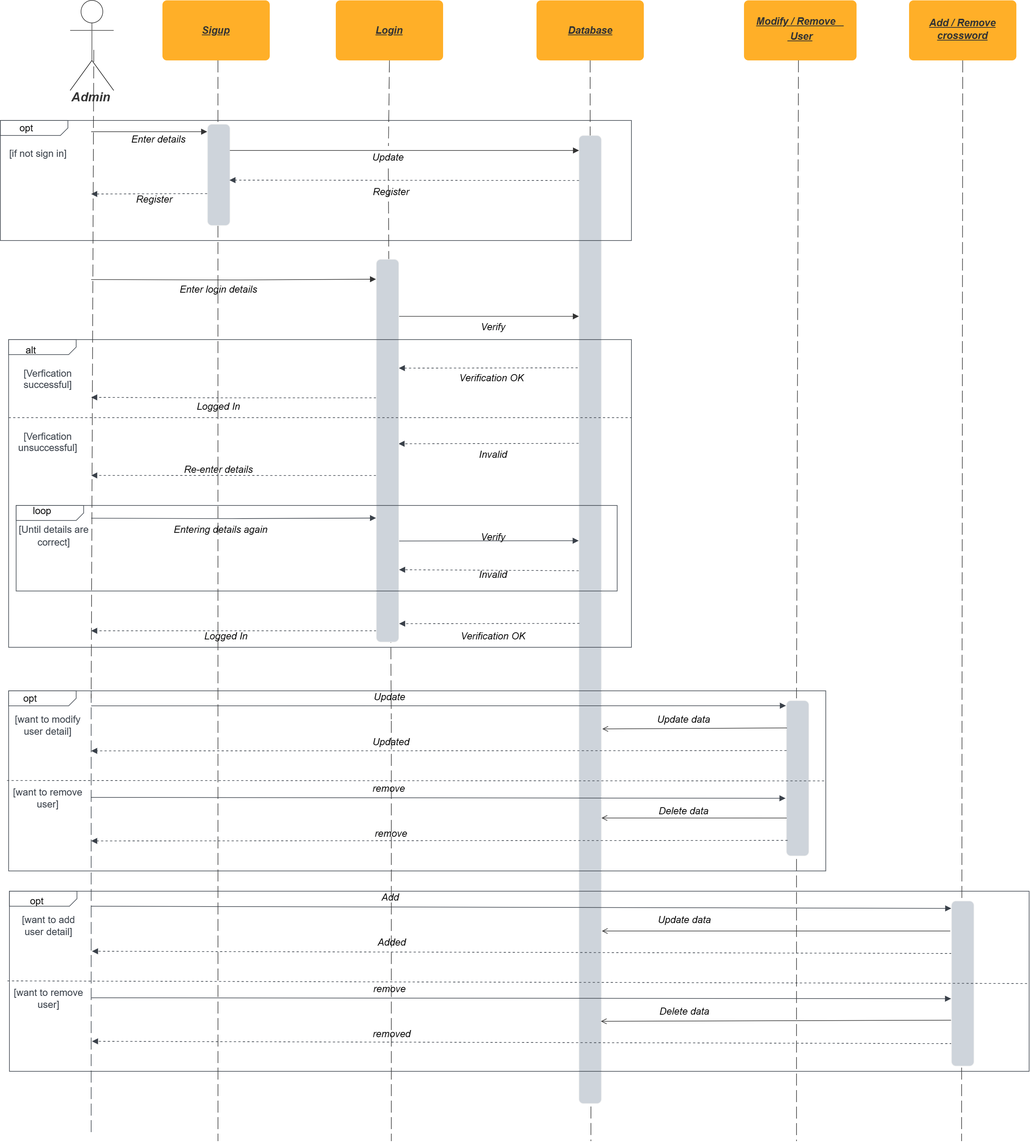
Rudra3012/IT314_Project_20 keeps this draw.io diagram as Documentation/Design_Document/Sequence_Diagram_Admin.png. Above is the earlier version. Source tidied: cells renumbered, new cells last; positions are measured from the earlier drawing's top-left corner, leaving out a move shared by most shapes.
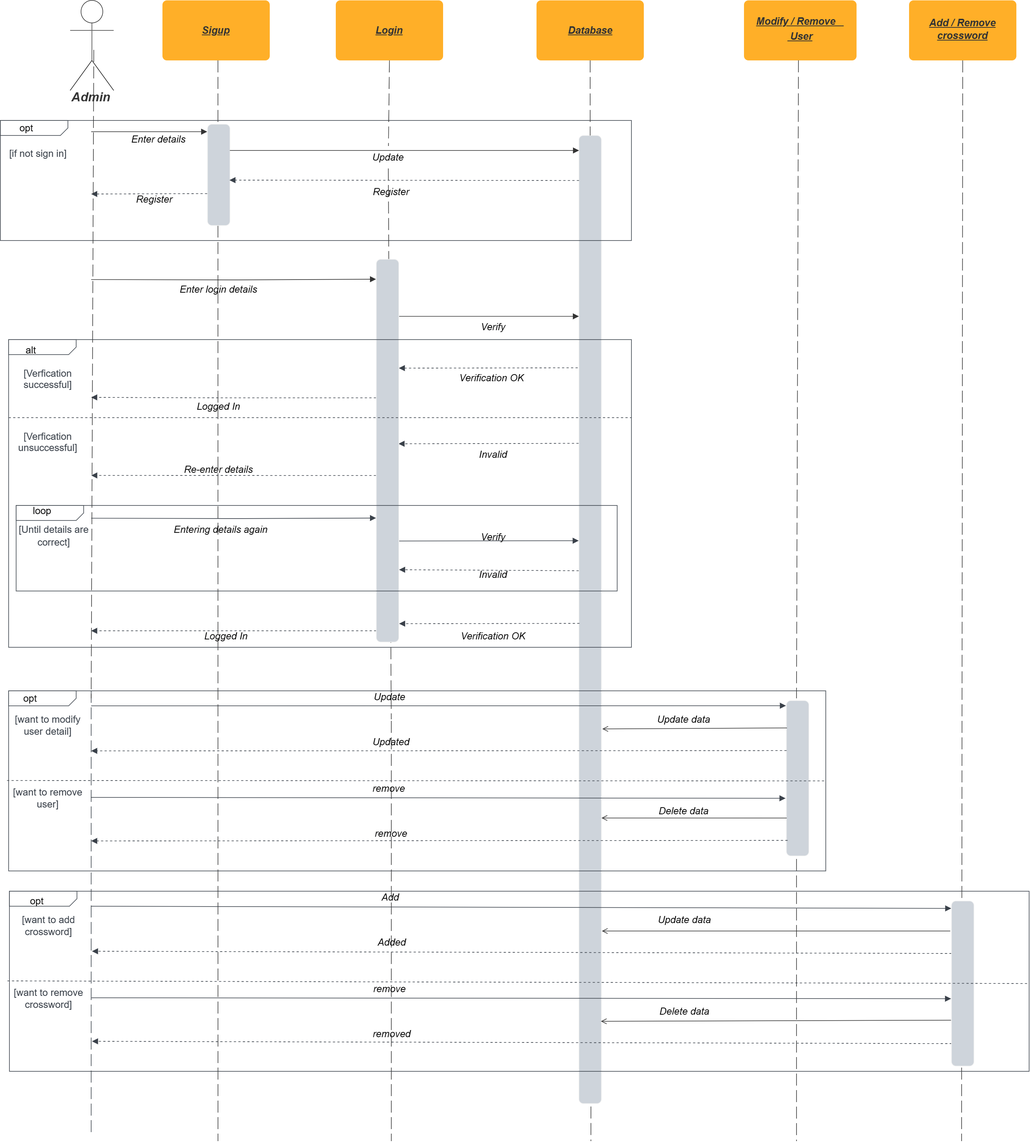
Above is the later version.

The edit, as a diff of the source:
```diff
@@ -265,7 +265,7 @@
     <mxCell id="71" value="&lt;i&gt;&lt;font style=&quot;font-size: 13px;&quot;&gt;remove&lt;/font&gt;&lt;/i&gt;" style="text;html=1;strokeColor=none;fillColor=none;align=center;verticalAlign=middle;whiteSpace=wrap;rounded=0;" parent="1" vertex="1">
       <mxGeometry x="420.5" y="1095" width="200" height="30" as="geometry" />
     </mxCell>
-    <mxCell id="72" value="[want to add user detail]" style="html=1;overflow=block;blockSpacing=1;whiteSpace=wrap;fontSize=13;fontColor=#3a414a;align=center;spacing=3.8;strokeOpacity=0;fillOpacity=0;rounded=1;absoluteArcSize=1;arcSize=12;fillColor=#ffffff;strokeWidth=0.8;lucidId=qXQRmm4hpPkU;" parent="1" vertex="1">
+    <mxCell id="72" value="[want to add crossword]" style="html=1;overflow=block;blockSpacing=1;whiteSpace=wrap;fontSize=13;fontColor=#3a414a;align=center;spacing=3.8;strokeOpacity=0;fillOpacity=0;rounded=1;absoluteArcSize=1;arcSize=12;fillColor=#ffffff;strokeWidth=0.8;lucidId=qXQRmm4hpPkU;" parent="1" vertex="1">
       <mxGeometry x="14.1" y="1210" width="101" height="45" as="geometry" />
     </mxCell>
     <mxCell id="73" style="html=1;jettySize=18;whiteSpace=wrap;fontSize=13;strokeColor=#3a414a;strokeOpacity=100;strokeWidth=0.8;rounded=1;arcSize=24;startArrow=none;endArrow=block;endFill=1;lucidId=dNkR0C8GQtfq;entryX=-0.009;entryY=0.045;entryDx=0;entryDy=0;entryPerimeter=0;" parent="1" edge="1" target="86">
@@ -290,7 +290,7 @@
     <mxCell id="78" value="&lt;i&gt;&lt;font style=&quot;font-size: 13px;&quot;&gt;Added&lt;/font&gt;&lt;/i&gt;" style="text;html=1;strokeColor=none;fillColor=none;align=center;verticalAlign=middle;whiteSpace=wrap;rounded=0;" parent="1" vertex="1">
       <mxGeometry x="422.1" y="1240" width="200" height="30" as="geometry" />
     </mxCell>
-    <mxCell id="79" value="[want to remove user]" style="html=1;overflow=block;blockSpacing=1;whiteSpace=wrap;fontSize=13;fontColor=#3a414a;align=center;spacing=3.8;strokeOpacity=0;fillOpacity=0;rounded=1;absoluteArcSize=1;arcSize=38;fillColor=#ffffff;strokeWidth=0.8;lucidId=qXQRmm4hpPkU;" parent="1" vertex="1">
+    <mxCell id="79" value="[want to remove crossword]" style="html=1;overflow=block;blockSpacing=1;whiteSpace=wrap;fontSize=13;fontColor=#3a414a;align=center;spacing=3.8;strokeOpacity=0;fillOpacity=0;rounded=1;absoluteArcSize=1;arcSize=38;fillColor=#ffffff;strokeWidth=0.8;lucidId=qXQRmm4hpPkU;" parent="1" vertex="1">
       <mxGeometry x="14.1" y="1307" width="101" height="45" as="geometry" />
     </mxCell>
     <mxCell id="80" style="html=1;jettySize=18;whiteSpace=wrap;fontSize=13;strokeColor=#3a414a;strokeOpacity=100;strokeWidth=0.8;rounded=1;arcSize=24;startArrow=none;endArrow=block;endFill=1;lucidId=dNkR0C8GQtfq;entryX=-0.018;entryY=0.592;entryDx=0;entryDy=0;entryPerimeter=0;" parent="1" edge="1" target="86">
```
